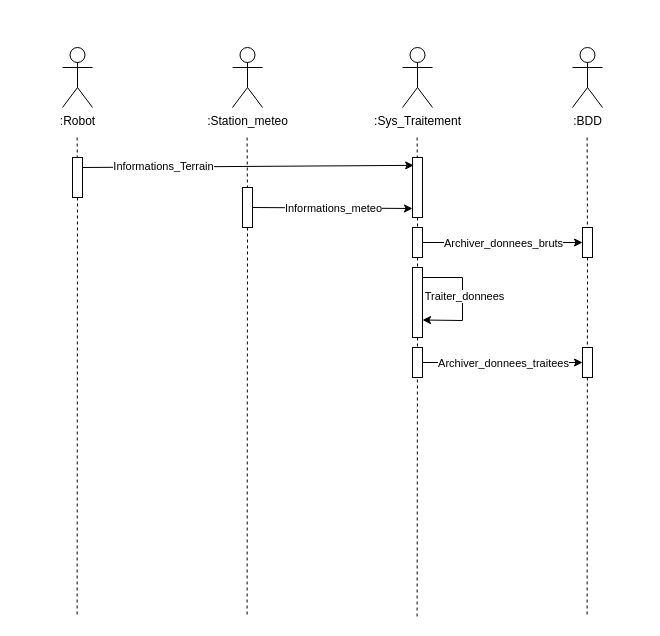
This is SYSML/D-Sequence_Archiver_donnees_traitees-F1.drawio from ToGen49/Hippodrome, a draw.io file, before an edit. Source tidied: cells renumbered, new cells numbered last; positions are measured from the earlier drawing's top-left corner, leaving out a move shared by most shapes. Both pictures are drawn from the tidied source at 100%, with x=0, y=0 at pixel (62, 47).
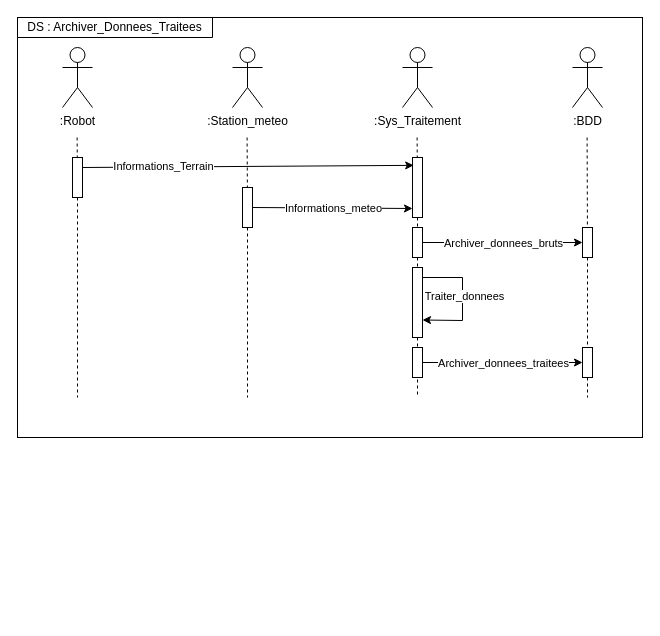
After the change.

Commit message:
Mettre à jour D-Sequence_Archiver_donnees_traitees-F1.drawio

The change refers to these unchanged cells:
```xml
<mxCell id="11" style="rounded=0;whiteSpace=wrap;html=1;" parent="1" vertex="1">
  <mxGeometry x="10" y="110" width="10" height="40" as="geometry" />
</mxCell>
<mxCell id="17" style="rounded=0;whiteSpace=wrap;html=1;" parent="1" vertex="1">
  <mxGeometry x="180" y="140" width="10" height="40" as="geometry" />
</mxCell>
<mxCell id="23" style="rounded=0;whiteSpace=wrap;html=1;" parent="1" vertex="1">
  <mxGeometry x="520" y="180" width="10" height="30" as="geometry" />
</mxCell>
<mxCell id="31" style="rounded=0;whiteSpace=wrap;html=1;" parent="1" vertex="1">
  <mxGeometry x="350" y="220" width="10" height="70" as="geometry" />
</mxCell>
```

Change to the diagram source:
```diff
@@
+    <mxCell id="34" style="rounded=0;whiteSpace=wrap;html=1;" parent="1" vertex="1">
+      <mxGeometry x="-45" y="-30" width="625" height="420" as="geometry" />
+    </mxCell>
@@
     <mxCell id="6" style="endArrow=none;dashed=1;html=1;rounded=0;" parent="1" edge="1" source="11">
       <mxGeometry relative="1" as="geometry">
-        <mxPoint x="14.6" y="570" as="targetPoint" />
+        <mxPoint x="15" y="350" as="targetPoint" />
       </mxGeometry>
     </mxCell>
     <mxCell id="7" style="endArrow=none;dashed=1;html=1;rounded=0;" parent="1" edge="1" source="23">
       <mxGeometry relative="1" as="geometry">
-        <mxPoint x="524.6" y="570" as="targetPoint" />
+        <mxPoint x="525" y="350" as="targetPoint" />
       </mxGeometry>
     </mxCell>
     <mxCell id="8" style="endArrow=none;dashed=1;html=1;rounded=0;" parent="1" edge="1" source="31">
       <mxGeometry relative="1" as="geometry">
-        <mxPoint x="354.6" y="570" as="targetPoint" />
+        <mxPoint x="355" y="350" as="targetPoint" />
       </mxGeometry>
     </mxCell>
     <mxCell id="9" style="endArrow=none;dashed=1;html=1;rounded=0;" parent="1" edge="1" source="17">
       <mxGeometry relative="1" as="geometry">
-        <mxPoint x="184.6" y="570" as="targetPoint" />
+        <mxPoint x="185" y="350" as="targetPoint" />
       </mxGeometry>
     </mxCell>
@@
+    <mxCell id="35" value="DS : Archiver_Donnees_Traitees" style="shape=partialRectangle;whiteSpace=wrap;html=1;top=0;left=0;fillColor=none;" parent="1" vertex="1">
+      <mxGeometry x="-45" y="-30" width="195" height="20" as="geometry" />
+    </mxCell>
```
